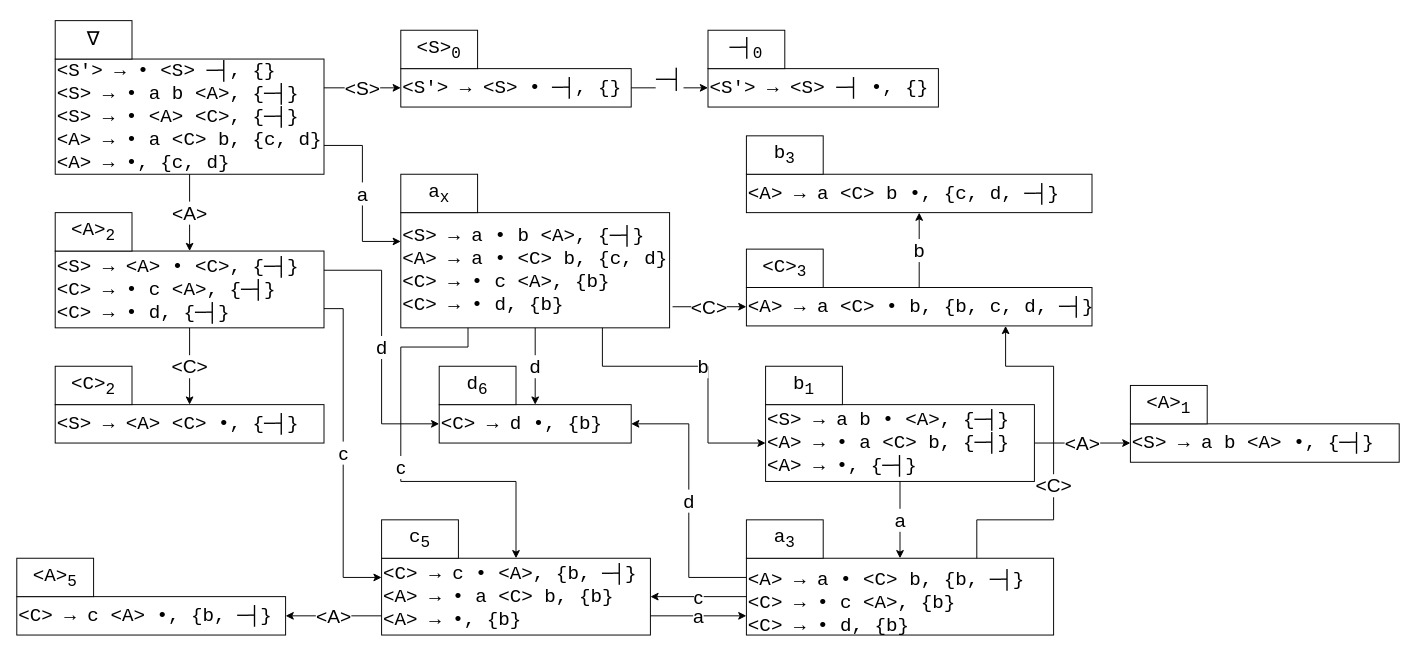
This is PP/PPR K2 2017 zadatak 2.drawio from KockaAdmiralac/ETF, a draw.io file, before an edit. Source tidied: cells renumbered, new cells numbered last; positions are measured from the earlier drawing's top-left corner, leaving out a move shared by most shapes. Both pictures are drawn from the tidied source at 96%, with x=0, y=0 at pixel (16, 20).
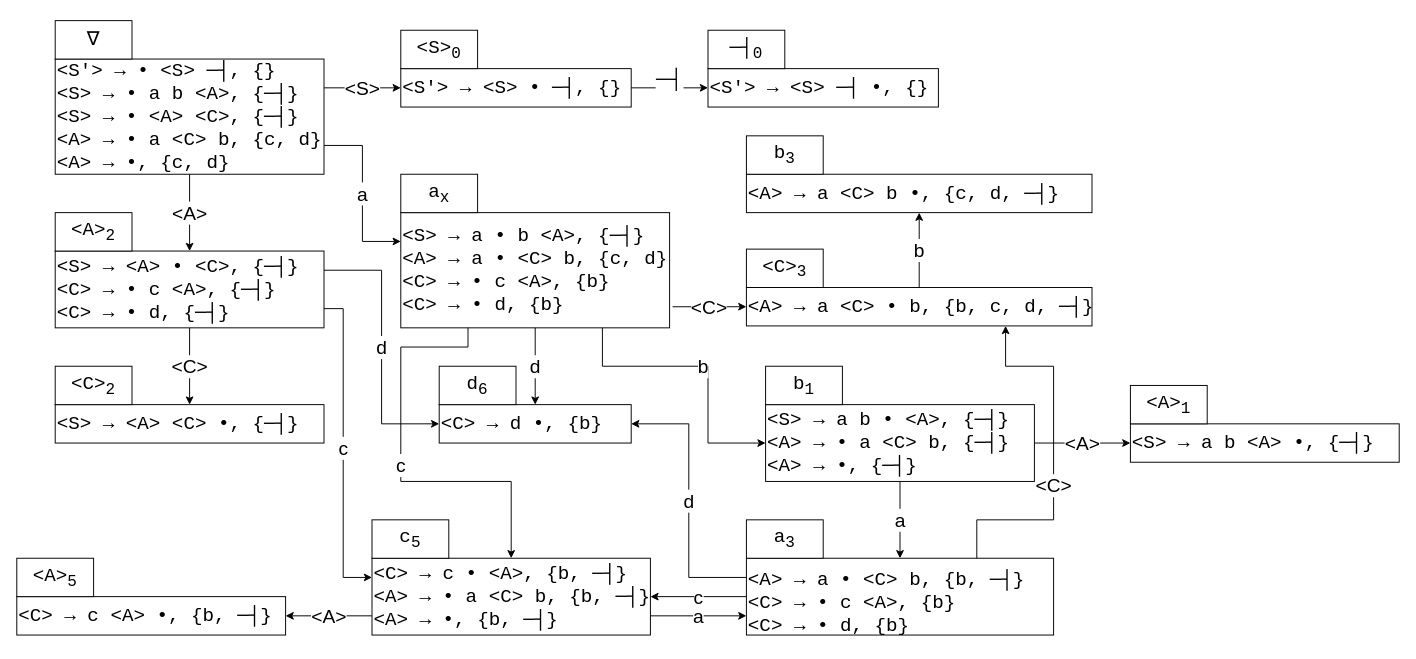
Above is the later version.

Commit message (it also covers changes not shown here):
PP: K2 finishing diagrams.

The change refers to these unchanged cells:
```xml
<mxCell id="8" value="&lt;pre&gt;&lt;font style=&quot;font-size: 20px;&quot;&gt;&amp;lt;S&amp;gt; → a • b &amp;lt;A&amp;gt;, {─┤}&lt;br&gt;&amp;lt;A&amp;gt; → a • &amp;lt;C&amp;gt; b, {c, d}&lt;br&gt;&amp;lt;C&amp;gt; → • c &amp;lt;A&amp;gt;, {b}&lt;br&gt;&amp;lt;C&amp;gt; → • d, {b}&lt;/font&gt;&lt;/pre&gt;" style="rounded=0;whiteSpace=wrap;html=1;align=left;" parent="1" vertex="1">
  <mxGeometry x="400" y="200" width="280" height="120" as="geometry" />
</mxCell>
```

The edit, as a diff of the source:
```diff
@@
-    <mxCell id="26" value="&lt;pre&gt;&lt;/pre&gt;&lt;pre&gt;&lt;span style=&quot;font-size: 20px&quot;&gt;&amp;lt;C&amp;gt; → c • &amp;lt;A&amp;gt;, {b, ─┤}&lt;br/&gt;&amp;lt;A&amp;gt; → • a &amp;lt;C&amp;gt; b, {b}&lt;br/&gt;&amp;lt;A&amp;gt; → •, {b}&lt;/span&gt;&lt;br&gt;&lt;/pre&gt;" style="rounded=0;whiteSpace=wrap;html=1;align=left;" parent="1" vertex="1">
-      <mxGeometry x="380" y="560" width="280" height="80" as="geometry" />
+    <mxCell id="26" value="&lt;pre&gt;&lt;/pre&gt;&lt;pre&gt;&lt;span style=&quot;font-size: 20px&quot;&gt;&amp;lt;C&amp;gt; → c • &amp;lt;A&amp;gt;, {b, ─┤}&lt;br/&gt;&amp;lt;A&amp;gt; → • a &amp;lt;C&amp;gt; b, {b, ─┤}&lt;br/&gt;&amp;lt;A&amp;gt; → •, {b, ─┤}&lt;/span&gt;&lt;br&gt;&lt;/pre&gt;" style="rounded=0;whiteSpace=wrap;html=1;align=left;" parent="1" vertex="1">
+      <mxGeometry x="370" y="560" width="290" height="80" as="geometry" />
     </mxCell>
     <mxCell id="27" value="&lt;pre&gt;&lt;font style=&quot;font-size: 20px;&quot;&gt;c&lt;sub&gt;5&lt;/sub&gt;&lt;/font&gt;&lt;/pre&gt;" style="rounded=0;whiteSpace=wrap;html=1;" parent="1" vertex="1">
-      <mxGeometry x="380" y="520" width="80" height="40" as="geometry" />
+      <mxGeometry x="370" y="520" width="80" height="40" as="geometry" />
     </mxCell>
@@
     <mxCell id="48" value="c" style="endArrow=classic;html=1;rounded=0;fontSize=20;exitX=0.25;exitY=1;exitDx=0;exitDy=0;entryX=0.5;entryY=0;entryDx=0;entryDy=0;" parent="1" edge="1" source="8" target="26">
       <mxGeometry relative="1" as="geometry">
         <Array as="points">
           <mxPoint x="470" y="340" />
           <mxPoint x="400" y="340" />
           <mxPoint x="400" y="480" />
-          <mxPoint x="520" y="480" />
+          <mxPoint x="515" y="480" />
         </Array>
       </mxGeometry>
     </mxCell>
```
